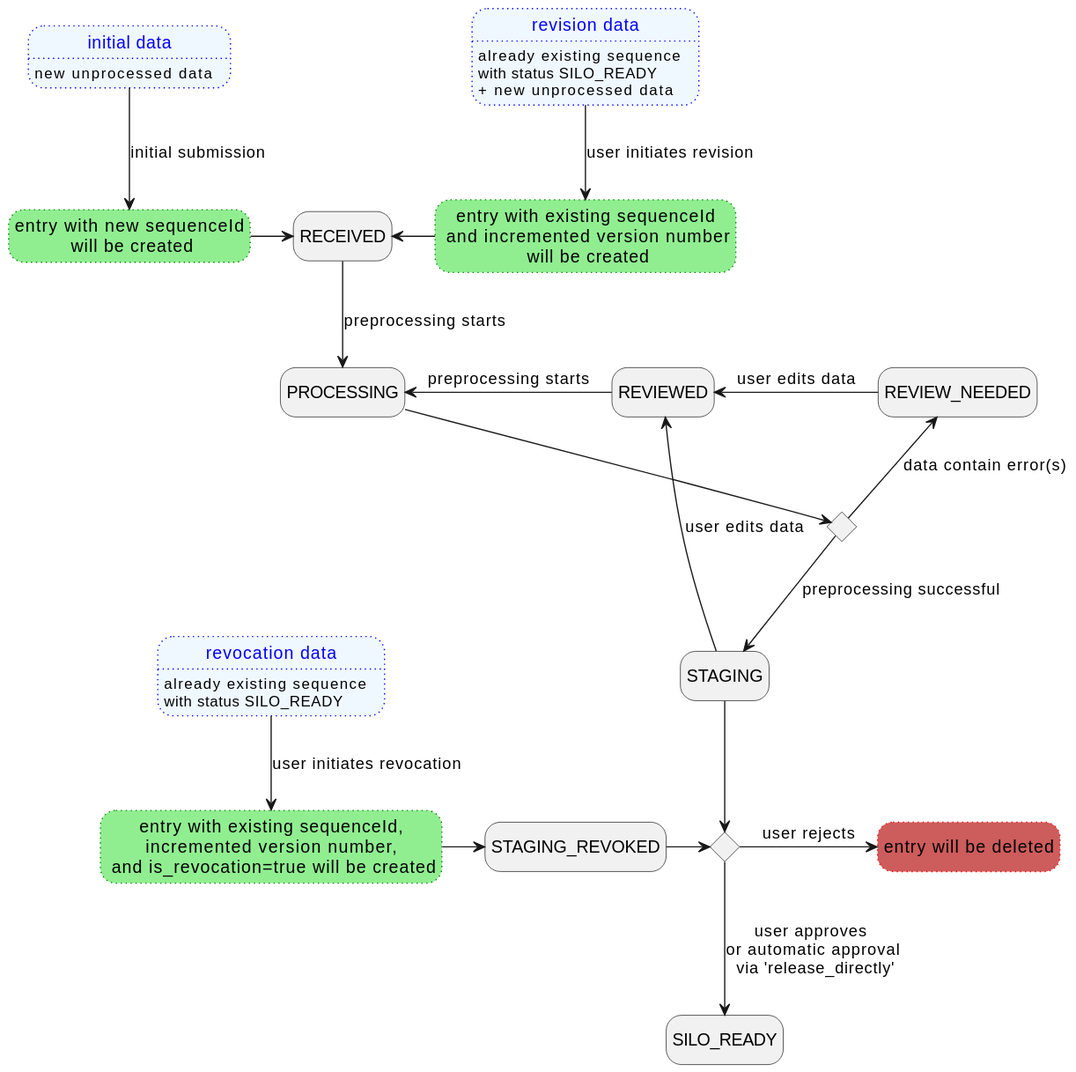
Before: backend/docs/plantuml/statusChange.svg, a diagram exported from PlantUML (loculus-project/loculus).
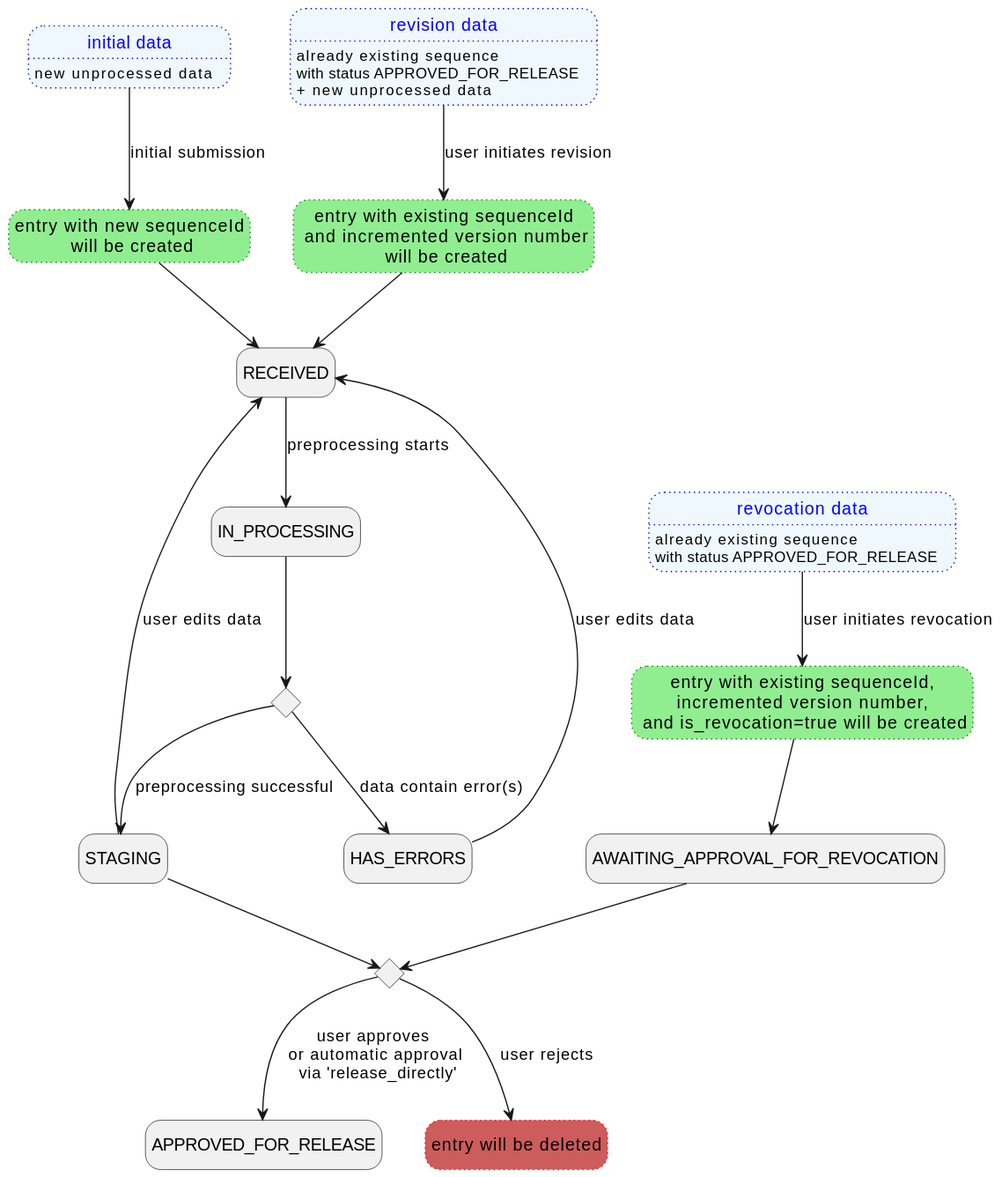
Later version of the same file.

What changed in the source:
```diff
@@ -6,20 +6,20 @@
         }
     state REVISION_DATA as "revision data" #aliceblue;line:blue;line.dotted;text:blue {
         REVISION_DATA: already existing sequence
-        REVISION_DATA: with status SILO_READY
+        REVISION_DATA: with status APPROVED_FOR_RELEASE
         REVISION_DATA: + new unprocessed data
     }
     state REVOKED_DATA as "revocation data" #aliceblue;line:blue;line.dotted;text:blue{
         REVOKED_DATA: already existing sequence
-        REVOKED_DATA: with status SILO_READY
+        REVOKED_DATA: with status APPROVED_FOR_RELEASE
     }
 
-    state STAGING_REVOKED
+    state AWAITING_APPROVAL_FOR_REVOCATION
     state RECEIVED
-    state PROCESSING
-    state REVIEW_NEEDED
-    state REVIEWED
-    state SILO_READY
+    state IN_PROCESSING
+    state HAS_ERRORS
+    state RECEIVED
+    state APPROVED_FOR_RELEASE
 
     state CREATING_SUBMIT as "entry with new sequenceId\n will be created" #lightgreen;line:green;line.dotted
     state CREATING_REVISE as "entry with existing sequenceId\n and incremented version number\n will be created" #lightgreen;line:green;line.dotted
@@ -28,23 +28,22 @@
     state is_error <<choice>>
     state is_approved <<choice>>
 
-    INITIAL_DATA -d-> CREATING_SUBMIT : initial submission
-    CREATING_SUBMIT -r-> RECEIVED
-    REVISION_DATA -d-> CREATING_REVISE : user initiates revision
-    CREATING_REVISE -l-> RECEIVED
+    INITIAL_DATA --> CREATING_SUBMIT : initial submission
+    CREATING_SUBMIT --> RECEIVED
+    REVISION_DATA --> CREATING_REVISE : user initiates revision
+    CREATING_REVISE --> RECEIVED
 
-    REVOKED_DATA -d-> CREATING_REVOKE : user initiates revocation
-    CREATING_REVOKE -r-> STAGING_REVOKED
-    STAGING_REVOKED -r-> is_approved
+    REVOKED_DATA --> CREATING_REVOKE : user initiates revocation
+    CREATING_REVOKE --> AWAITING_APPROVAL_FOR_REVOCATION
+    AWAITING_APPROVAL_FOR_REVOCATION --> is_approved
 
-    RECEIVED --> PROCESSING : preprocessing starts
-    PROCESSING --> is_error
-    is_error -u-> REVIEW_NEEDED : data contain error(s)
-    REVIEW_NEEDED -l-> REVIEWED : user edits data
-    REVIEWED -l-> PROCESSING : preprocessing starts
-    STAGING -u-> REVIEWED : user edits data
+    RECEIVED --> IN_PROCESSING : preprocessing starts
+    IN_PROCESSING --> is_error
+    is_error --> HAS_ERRORS : data contain error(s)
+    HAS_ERRORS --> RECEIVED : user edits data
+    STAGING --> RECEIVED : user edits data
     is_error --> STAGING : preprocessing successful
     STAGING --> is_approved
-    is_approved -d-> SILO_READY : user approves \nor automatic approval\n via 'release_directly'
-    is_approved -r-> DELETION : user rejects
+    is_approved --> APPROVED_FOR_RELEASE : user approves \nor automatic approval\n via 'release_directly'
+    is_approved --> DELETION : user rejects
 @enduml
```
